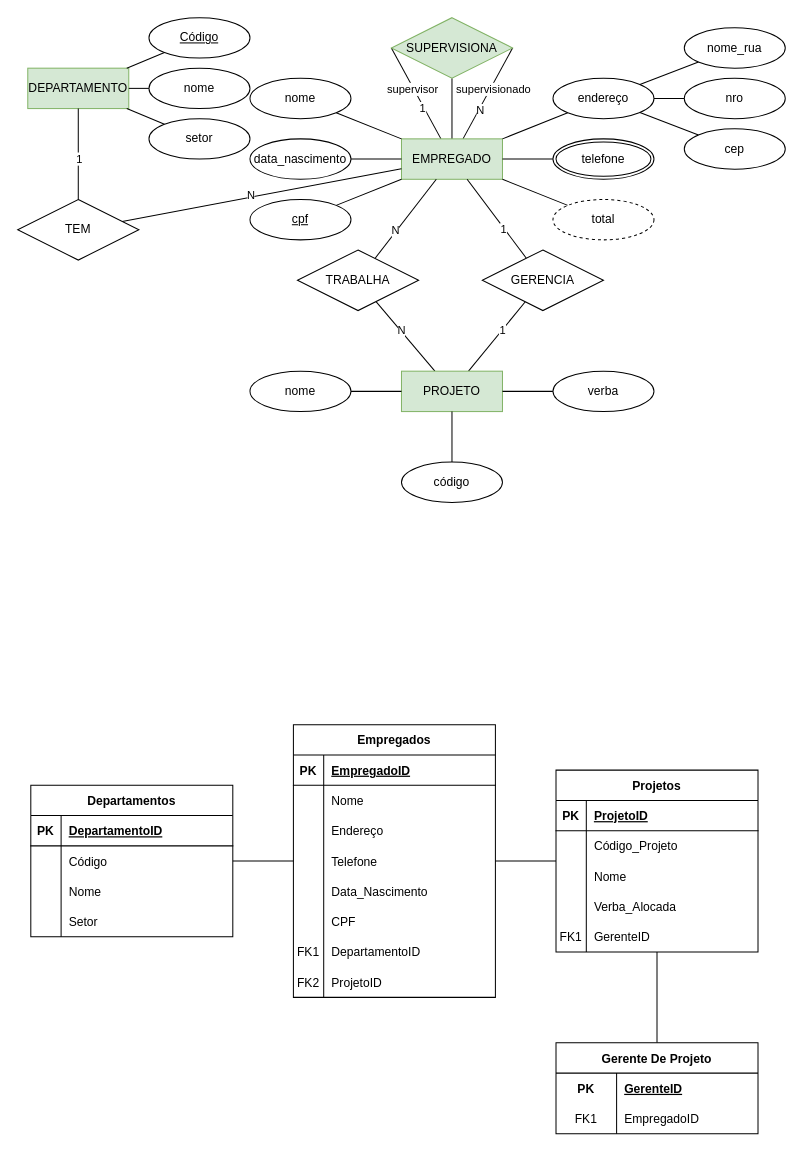
Above: aula2-minimundo-empresa.drawio in AristoEinstein/db-fundamentals (draw.io), before the change. Source tidied: cells renumbered, new cells numbered last; positions are measured from the earlier drawing's top-left corner, leaving out a move shared by most shapes. Both pictures are drawn from the tidied source at 101%, with x=0, y=0 at pixel (17, 17).
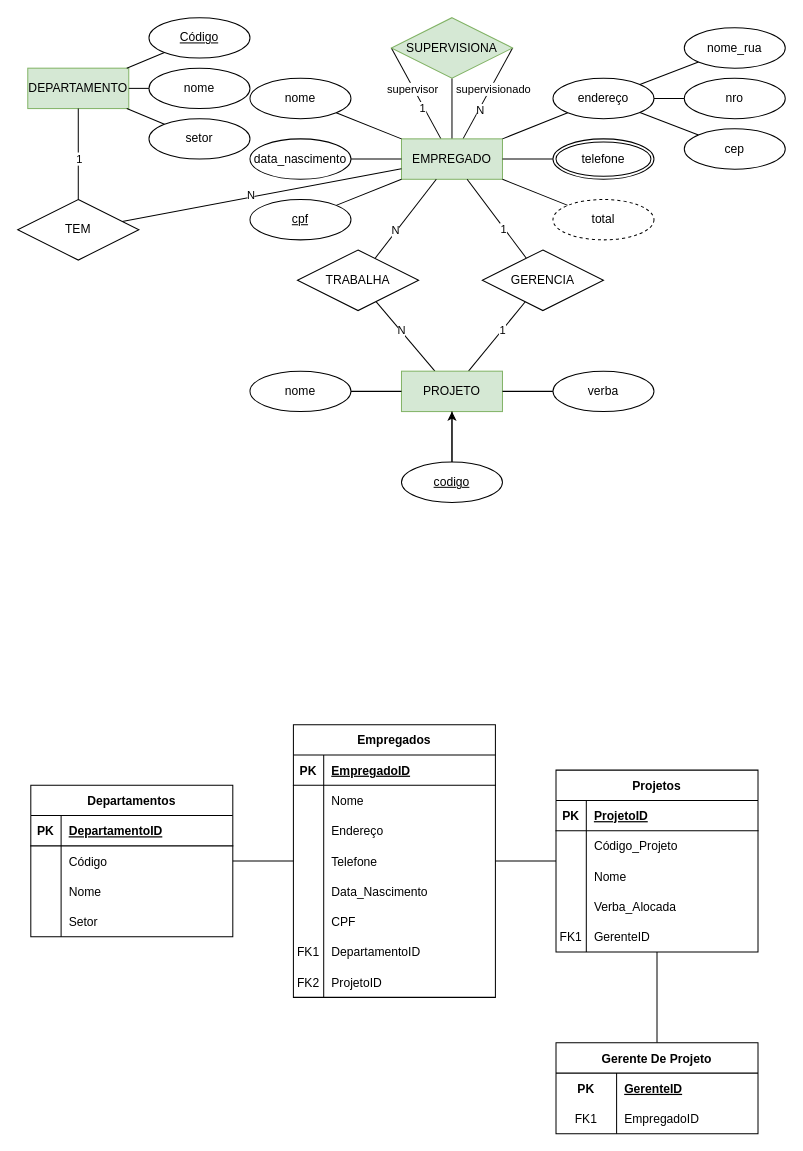
The same page after the edit.

The change refers to these unchanged cells:
```xml
<mxCell id="93" value="PROJETO" style="whiteSpace=wrap;html=1;align=center;fillColor=#d5e8d4;strokeColor=#82b366;" parent="1" vertex="1">
  <mxGeometry x="380" y="350" width="100" height="40" as="geometry" />
</mxCell>
```

Diff of the diagram source:
```diff
@@
-    <mxCell id="97" value="código" style="ellipse;whiteSpace=wrap;html=1;align=center;" parent="1" vertex="1">
-      <mxGeometry x="380" y="440" width="100" height="40" as="geometry" />
-    </mxCell>
@@
+    <mxCell id="122" style="edgeStyle=orthogonalEdgeStyle;rounded=0;jettySize=auto;html=1;" parent="1" edge="1" source="123" target="93">
+      <mxGeometry relative="1" as="geometry" />
+    </mxCell>
+    <mxCell id="123" value="codigo" style="ellipse;whiteSpace=wrap;html=1;align=center;fontStyle=4;" parent="1" vertex="1">
+      <mxGeometry x="380" y="440" width="100" height="40" as="geometry" />
+    </mxCell>
```
